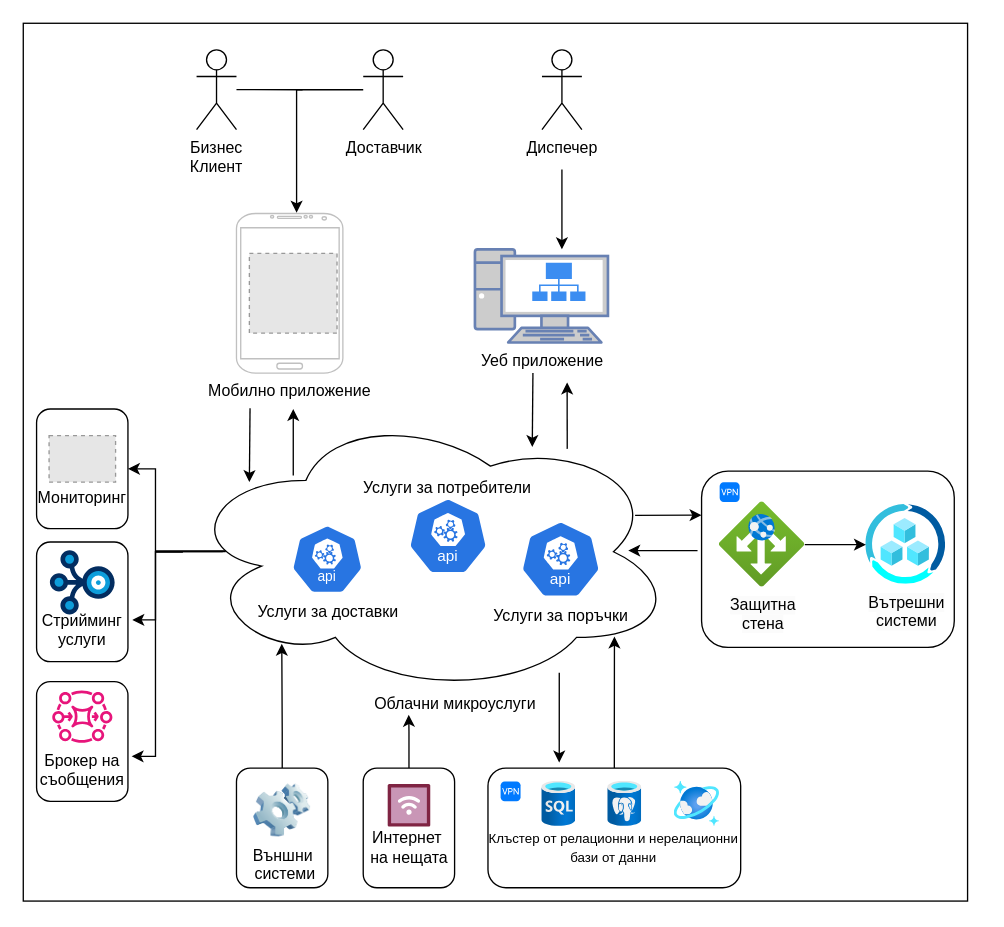
profjordanov/phd keeps this draw.io diagram as Chapter1/conceptDiagram2_EN.drawio. Above is the earlier version. Source tidied: cells renumbered, new cells numbered last; positions are measured from the earlier drawing's top-left corner, leaving out a move shared by most shapes. Both pictures are drawn from the tidied source at 133%, with x=0, y=0 at pixel (23, 23). Pictures stored in the file or linked from it are replaced by grey dashed boxes.
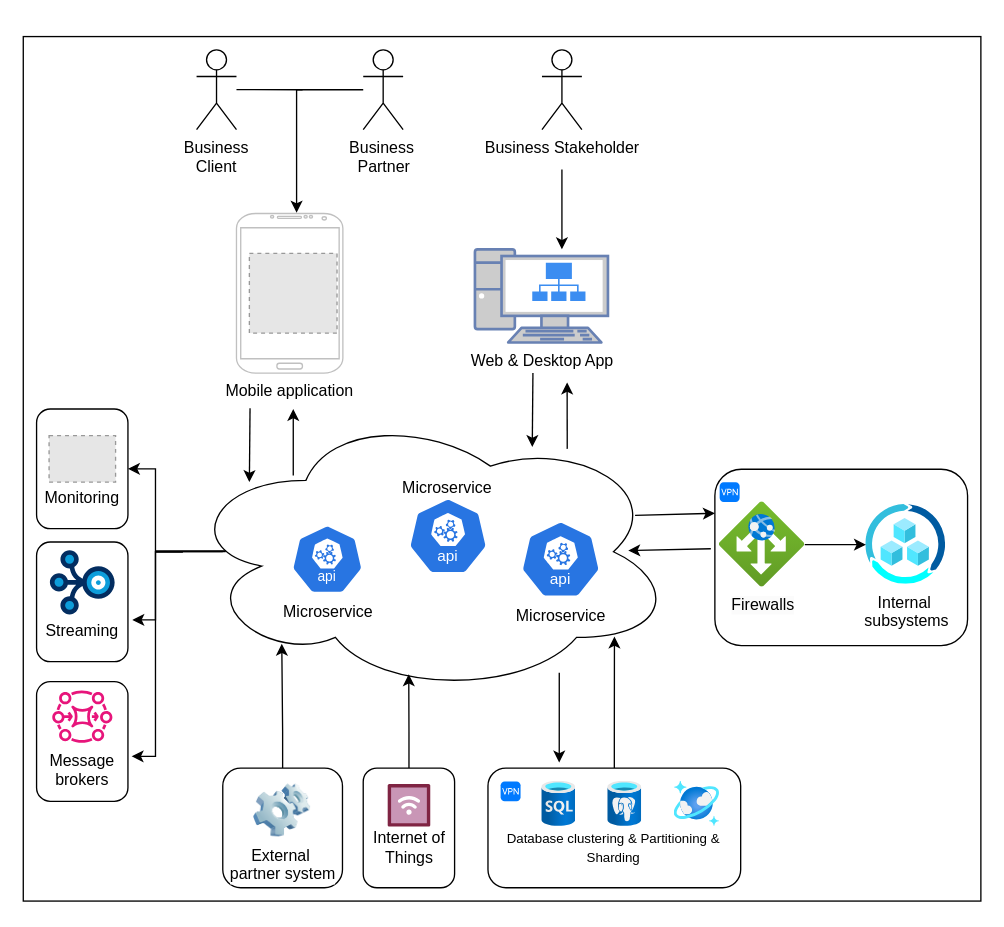
Above is the later version.

Unchanged cells that the change refers to:
```xml
<mxCell id="14" value="&lt;div&gt;&lt;br&gt;&lt;/div&gt;&lt;div&gt;&lt;br&gt;&lt;/div&gt;&lt;div&gt;&lt;br&gt;&lt;/div&gt;&lt;div&gt;&lt;br&gt;&lt;/div&gt;&lt;div&gt;&lt;br&gt;&lt;/div&gt;&lt;div&gt;&lt;br&gt;&lt;/div&gt;&lt;div&gt;&lt;br&gt;&lt;/div&gt;&lt;div&gt;&lt;br&gt;&lt;/div&gt;" style="rounded=1;whiteSpace=wrap;html=1;fillColor=none;" parent="1" vertex="1">
  <mxGeometry x="255.6" y="560" width="68.7" height="90" as="geometry" />
</mxCell>
```

What changed in the source:
```diff
@@
     <mxCell id="2" style="rounded=0;whiteSpace=wrap;html=1;" parent="1" vertex="1">
-      <mxGeometry width="710" height="660" as="geometry" />
+      <mxGeometry y="10" width="720" height="650" as="geometry" />
     </mxCell>
-    <mxCell id="3" value="&lt;span style=&quot;color: rgb(0, 0, 0); font-family: Helvetica; font-size: 12px; font-style: normal; font-variant-ligatures: normal; font-variant-caps: normal; font-weight: 400; letter-spacing: normal; orphans: 2; text-align: center; text-indent: 0px; text-transform: none; widows: 2; word-spacing: 0px; -webkit-text-stroke-width: 0px; white-space: normal; background-color: rgb(251, 251, 251); text-decoration-thickness: initial; text-decoration-style: initial; text-decoration-color: initial; display: inline !important; float: none;&quot;&gt;Вътрешни системи&lt;/span&gt;&lt;div&gt;&lt;br/&gt;&lt;/div&gt;" style="image;html=1;points=[];align=center;fontSize=12;image=img/lib/azure2/other/Azure_Center_for_SAP.svg;" parent="1" vertex="1">
+    <mxCell id="3" value="&lt;div&gt;&lt;span style=&quot;text-wrap-mode: wrap;&quot;&gt;Internal&amp;nbsp;&lt;/span&gt;&lt;/div&gt;&lt;div&gt;&lt;span style=&quot;text-wrap-mode: wrap;&quot;&gt;subsystems&lt;/span&gt;&lt;/div&gt;" style="image;html=1;points=[];align=center;fontSize=12;image=img/lib/azure2/other/Azure_Center_for_SAP.svg;" parent="1" vertex="1">
       <mxGeometry x="633.6" y="362" width="60" height="60" as="geometry" />
     </mxCell>
@@
-    <mxCell id="5" value="&lt;span style=&quot;text-wrap: wrap; background-color: rgb(251, 251, 251);&quot;&gt;Защитна стена&lt;/span&gt;" style="image;html=1;points=[];align=center;fontSize=12;image=img/lib/azure2/networking/Application_Gateways.svg;" parent="1" vertex="1">
+    <mxCell id="5" value="&lt;span style=&quot;text-wrap: wrap; background-color: rgb(251, 251, 251);&quot;&gt;Firewalls&lt;/span&gt;" style="image;html=1;points=[];align=center;fontSize=12;image=img/lib/azure2/networking/Application_Gateways.svg;" parent="1" vertex="1">
       <mxGeometry x="523.6" y="360" width="64" height="64" as="geometry" />
     </mxCell>
     <mxCell id="6" value="&lt;div&gt;&lt;br&gt;&lt;/div&gt;&lt;div&gt;&lt;br&gt;&lt;/div&gt;&lt;div&gt;&lt;br&gt;&lt;/div&gt;&lt;div&gt;&lt;br&gt;&lt;/div&gt;&lt;div&gt;&lt;br&gt;&lt;/div&gt;&lt;div&gt;&lt;br&gt;&lt;/div&gt;&lt;div&gt;&lt;br&gt;&lt;/div&gt;&lt;div&gt;&lt;br&gt;&lt;/div&gt;" style="rounded=1;whiteSpace=wrap;html=1;fillColor=none;" parent="1" vertex="1">
-      <mxGeometry x="510" y="336.7" width="190" height="132.6" as="geometry" />
+      <mxGeometry x="520" y="335.3" width="190" height="132.6" as="geometry" />
     </mxCell>
@@
     <mxCell id="8" value="&lt;div&gt;&lt;br&gt;&lt;/div&gt;&lt;div&gt;&lt;br&gt;&lt;/div&gt;&lt;div&gt;&lt;br&gt;&lt;/div&gt;&lt;div&gt;&lt;br&gt;&lt;/div&gt;&lt;div&gt;&lt;br&gt;&lt;/div&gt;&lt;div&gt;&lt;br&gt;&lt;/div&gt;&lt;div&gt;&lt;br&gt;&lt;/div&gt;&lt;div&gt;&lt;br&gt;&lt;/div&gt;" style="rounded=1;whiteSpace=wrap;html=1;fillColor=none;" parent="1" vertex="1">
-      <mxGeometry x="160.3" y="560" width="68.7" height="90" as="geometry" />
+      <mxGeometry x="150" y="560" width="90" height="90" as="geometry" />
     </mxCell>
-    <mxCell id="9" value="&lt;div style=&quot;&quot;&gt;&lt;span style=&quot;background-color: initial;&quot;&gt;&lt;font style=&quot;font-size: 10px;&quot;&gt;&lt;br&gt;&lt;/font&gt;&lt;/span&gt;&lt;/div&gt;&lt;div style=&quot;&quot;&gt;&lt;span style=&quot;background-color: initial;&quot;&gt;&lt;font style=&quot;font-size: 10px;&quot;&gt;&lt;br&gt;&lt;/font&gt;&lt;/span&gt;&lt;/div&gt;&lt;div style=&quot;&quot;&gt;&lt;span style=&quot;background-color: initial;&quot;&gt;&lt;font style=&quot;font-size: 10px;&quot;&gt;Клъстер от релационни и нерелационни бази от данни&lt;/font&gt;&lt;/span&gt;&lt;br&gt;&lt;/div&gt;" style="rounded=1;whiteSpace=wrap;html=1;fillColor=none;" parent="1" vertex="1">
+    <mxCell id="9" value="&lt;div style=&quot;&quot;&gt;&lt;span style=&quot;background-color: initial;&quot;&gt;&lt;font style=&quot;font-size: 10px;&quot;&gt;&lt;br&gt;&lt;/font&gt;&lt;/span&gt;&lt;/div&gt;&lt;div style=&quot;&quot;&gt;&lt;span style=&quot;background-color: initial;&quot;&gt;&lt;font style=&quot;font-size: 10px;&quot;&gt;&lt;br&gt;&lt;/font&gt;&lt;/span&gt;&lt;/div&gt;&lt;div style=&quot;&quot;&gt;&lt;span style=&quot;background-color: transparent; font-size: 10px;&quot;&gt;Database clustering &amp;amp;&amp;nbsp;&lt;/span&gt;&lt;span style=&quot;background-color: transparent; font-size: 10px;&quot;&gt;Partitioning &amp;amp; Sharding&lt;/span&gt;&lt;br&gt;&lt;/div&gt;" style="rounded=1;whiteSpace=wrap;html=1;fillColor=none;" parent="1" vertex="1">
       <mxGeometry x="349.4" y="560" width="190" height="90" as="geometry" />
     </mxCell>
@@
-    <mxCell id="13" value="&lt;font style=&quot;font-size: 12px;&quot;&gt;Интернет&amp;nbsp;&lt;/font&gt;&lt;div style=&quot;&quot;&gt;&lt;font style=&quot;font-size: 12px;&quot;&gt;на нещата&lt;/font&gt;&lt;/div&gt;" style="verticalLabelPosition=bottom;html=1;shape=mxgraph.salesforce.iot;" parent="1" vertex="1">
+    <mxCell id="13" value="Internet of&lt;div&gt;Things&lt;/div&gt;" style="verticalLabelPosition=bottom;html=1;shape=mxgraph.salesforce.iot;" parent="1" vertex="1">
       <mxGeometry x="274" y="572" width="32" height="32" as="geometry" />
     </mxCell>
@@
-    <mxCell id="16" value="&lt;div&gt;&lt;br&gt;&lt;/div&gt;&lt;div&gt;&lt;br&gt;&lt;/div&gt;&lt;div&gt;&lt;br&gt;&lt;/div&gt;&lt;div&gt;Брокер на съобщения&lt;br&gt;&lt;/div&gt;" style="rounded=1;whiteSpace=wrap;html=1;fillColor=none;" parent="1" vertex="1">
+    <mxCell id="16" value="&lt;div&gt;&lt;br&gt;&lt;/div&gt;&lt;div&gt;&lt;br&gt;&lt;/div&gt;&lt;div&gt;&lt;br&gt;&lt;/div&gt;&lt;div&gt;Message brokers&lt;br&gt;&lt;/div&gt;" style="rounded=1;whiteSpace=wrap;html=1;fillColor=none;" parent="1" vertex="1">
       <mxGeometry x="10" y="495" width="68.7" height="90" as="geometry" />
     </mxCell>
@@
-    <mxCell id="18" value="&lt;div&gt;&lt;br&gt;&lt;/div&gt;&lt;div&gt;&lt;br&gt;&lt;/div&gt;&lt;div&gt;&lt;br&gt;&lt;/div&gt;&lt;div&gt;Стрийминг услуги&lt;br&gt;&lt;/div&gt;" style="rounded=1;whiteSpace=wrap;html=1;fillColor=none;" parent="1" vertex="1">
+    <mxCell id="18" value="&lt;div&gt;&lt;br&gt;&lt;/div&gt;&lt;div&gt;&lt;br&gt;&lt;/div&gt;&lt;div&gt;&lt;br&gt;&lt;/div&gt;&lt;div&gt;Streaming&lt;br&gt;&lt;/div&gt;" style="rounded=1;whiteSpace=wrap;html=1;fillColor=none;" parent="1" vertex="1">
       <mxGeometry x="10" y="390" width="68.7" height="90" as="geometry" />
     </mxCell>
@@
-    <mxCell id="20" value="&lt;div&gt;&lt;br&gt;&lt;/div&gt;&lt;div&gt;&lt;br&gt;&lt;/div&gt;&lt;div&gt;&lt;br&gt;&lt;/div&gt;&lt;div&gt;Мониторинг&lt;br&gt;&lt;/div&gt;" style="rounded=1;whiteSpace=wrap;html=1;fillColor=none;" parent="1" vertex="1">
+    <mxCell id="20" value="&lt;div&gt;&lt;br&gt;&lt;/div&gt;&lt;div&gt;&lt;br&gt;&lt;/div&gt;&lt;div&gt;&lt;br&gt;&lt;/div&gt;&lt;div&gt;Monitoring&lt;br&gt;&lt;/div&gt;" style="rounded=1;whiteSpace=wrap;html=1;fillColor=none;" parent="1" vertex="1">
       <mxGeometry x="10" y="290" width="68.7" height="90" as="geometry" />
     </mxCell>
@@
-    <mxCell id="23" value="Диспечер" style="shape=umlActor;verticalLabelPosition=bottom;verticalAlign=top;html=1;" parent="1" vertex="1">
+    <mxCell id="23" value="Business Stakeholder" style="shape=umlActor;verticalLabelPosition=bottom;verticalAlign=top;html=1;" parent="1" vertex="1">
       <mxGeometry x="390" y="20" width="30" height="60" as="geometry" />
     </mxCell>
-    <mxCell id="24" value="Доставчик" style="shape=umlActor;verticalLabelPosition=bottom;verticalAlign=top;html=1;outlineConnect=0;" parent="1" vertex="1">
+    <mxCell id="24" value="Business&amp;nbsp;&lt;div&gt;Partner&lt;/div&gt;" style="shape=umlActor;verticalLabelPosition=bottom;verticalAlign=top;html=1;outlineConnect=0;" parent="1" vertex="1">
       <mxGeometry x="255.6" y="20" width="30" height="60" as="geometry" />
     </mxCell>
-    <mxCell id="25" value="Бизнес &lt;br&gt;Клиент" style="shape=umlActor;verticalLabelPosition=bottom;verticalAlign=top;html=1;" parent="1" vertex="1">
+    <mxCell id="25" value="&lt;div&gt;Business&lt;/div&gt;&lt;div&gt;Client&lt;/div&gt;" style="shape=umlActor;verticalLabelPosition=bottom;verticalAlign=top;html=1;" parent="1" vertex="1">
       <mxGeometry x="130.3" y="20" width="30" height="60" as="geometry" />
     </mxCell>
-    <mxCell id="26" value="&lt;font style=&quot;color: rgb(0, 0, 0);&quot;&gt;Уеб приложение&lt;/font&gt;" style="fontColor=#0066CC;verticalAlign=top;verticalLabelPosition=bottom;labelPosition=center;align=center;html=1;outlineConnect=0;fillColor=#CCCCCC;strokeColor=#6881B3;gradientColor=none;gradientDirection=north;strokeWidth=2;shape=mxgraph.networks.pc;" parent="1" vertex="1">
+    <mxCell id="26" value="&lt;font style=&quot;color: rgb(0, 0, 0);&quot;&gt;Web &amp;amp; Desktop App&lt;/font&gt;" style="fontColor=#0066CC;verticalAlign=top;verticalLabelPosition=bottom;labelPosition=center;align=center;html=1;outlineConnect=0;fillColor=#CCCCCC;strokeColor=#6881B3;gradientColor=none;gradientDirection=north;strokeWidth=2;shape=mxgraph.networks.pc;" parent="1" vertex="1">
       <mxGeometry x="339.6" y="170" width="100" height="70" as="geometry" />
     </mxCell>
-    <mxCell id="27" value="Мобилно приложение" style="verticalLabelPosition=bottom;verticalAlign=top;html=1;shadow=0;dashed=0;strokeWidth=1;shape=mxgraph.android.phone2;strokeColor=#c0c0c0;" parent="1" vertex="1">
+    <mxCell id="27" value="Mobile application" style="verticalLabelPosition=bottom;verticalAlign=top;html=1;shadow=0;dashed=0;strokeWidth=1;shape=mxgraph.android.phone2;strokeColor=#c0c0c0;" parent="1" vertex="1">
       <mxGeometry x="160.3" y="143" width="80" height="120" as="geometry" />
     </mxCell>
@@
-    <mxCell id="31" value="&lt;br&gt;&lt;div&gt;&lt;div&gt;&lt;br&gt;&lt;/div&gt;&lt;div&gt;&lt;br&gt;&lt;/div&gt;&lt;div&gt;&lt;br&gt;&lt;/div&gt;&lt;div&gt;&lt;br&gt;&lt;/div&gt;&lt;div&gt;&lt;br&gt;&lt;/div&gt;&lt;div&gt;&lt;br&gt;&lt;/div&gt;&lt;div&gt;&lt;br&gt;&lt;/div&gt;&lt;div&gt;&lt;br&gt;&lt;/div&gt;&lt;div&gt;&lt;br&gt;&lt;/div&gt;&lt;div&gt;&lt;br&gt;&lt;/div&gt;&lt;div&gt;&lt;br&gt;&lt;/div&gt;&lt;div&gt;&lt;br&gt;&lt;/div&gt;&lt;div&gt;&lt;br&gt;&lt;/div&gt;&lt;div&gt;&lt;br&gt;&lt;/div&gt;&lt;div&gt;&amp;nbsp; &amp;nbsp; &amp;nbsp; &amp;nbsp;&amp;nbsp;&lt;/div&gt;&lt;div&gt;&amp;nbsp; &amp;nbsp; &amp;nbsp; &amp;nbsp; &amp;nbsp; &amp;nbsp; Облачни микроуслуги&lt;/div&gt;&lt;/div&gt;" style="ellipse;shape=cloud;whiteSpace=wrap;html=1;align=center;" parent="1" vertex="1">
+    <mxCell id="31" style="ellipse;shape=cloud;whiteSpace=wrap;html=1;align=center;" parent="1" vertex="1">
       <mxGeometry x="120" y="290" width="370" height="214.7" as="geometry" />
     </mxCell>
-    <mxCell id="32" value="Услуги за доставки" style="sketch=0;html=1;dashed=0;whitespace=wrap;verticalLabelPosition=bottom;verticalAlign=top;fillColor=#2875E2;strokeColor=#ffffff;shape=mxgraph.kubernetes.icon2;kubernetesLabel=1;prIcon=api;" parent="1" vertex="1">
+    <mxCell id="32" value="Microservice" style="sketch=0;html=1;dashed=0;whitespace=wrap;verticalLabelPosition=bottom;verticalAlign=top;fillColor=#2875E2;strokeColor=#ffffff;shape=mxgraph.kubernetes.icon2;kubernetesLabel=1;prIcon=api;" parent="1" vertex="1">
       <mxGeometry x="201.5" y="377" width="54.2" height="52" as="geometry" />
     </mxCell>
-    <mxCell id="33" value="Услуги за поръчки" style="sketch=0;html=1;dashed=0;whitespace=wrap;verticalLabelPosition=bottom;verticalAlign=top;fillColor=#2875E2;strokeColor=#ffffff;shape=mxgraph.kubernetes.icon2;kubernetesLabel=1;prIcon=api;" parent="1" vertex="1">
+    <mxCell id="33" value="Microservice" style="sketch=0;html=1;dashed=0;whitespace=wrap;verticalLabelPosition=bottom;verticalAlign=top;fillColor=#2875E2;strokeColor=#ffffff;shape=mxgraph.kubernetes.icon2;kubernetesLabel=1;prIcon=api;" parent="1" vertex="1">
       <mxGeometry x="373.9" y="374" width="60.4" height="58" as="geometry" />
     </mxCell>
@@
-    <mxCell id="35" value="Външни&lt;div&gt;&amp;nbsp;системи&lt;/div&gt;" style="image;html=1;image=img/lib/clip_art/computers/Software_128x128.png;" parent="1" vertex="1">
+    <mxCell id="35" value="External&amp;nbsp;&lt;div&gt;partner system&lt;/div&gt;" style="image;html=1;image=img/lib/clip_art/computers/Software_128x128.png;" parent="1" vertex="1">
       <mxGeometry x="170" y="572" width="49.4" height="40" as="geometry" />
     </mxCell>
-    <mxCell id="36" value="&lt;span style=&quot;text-wrap-mode: nowrap;&quot;&gt;Услуги за потребители&lt;/span&gt;" style="text;html=1;align=center;verticalAlign=middle;whiteSpace=wrap;rounded=0;" parent="1" vertex="1">
+    <mxCell id="36" value="&lt;span style=&quot;text-wrap-mode: nowrap;&quot;&gt;Microservice&lt;/span&gt;" style="text;html=1;align=center;verticalAlign=middle;whiteSpace=wrap;rounded=0;" parent="1" vertex="1">
       <mxGeometry x="289.4" y="335.3" width="60" height="30" as="geometry" />
     </mxCell>
@@
-    <mxCell id="38" style="edgeStyle=orthogonalEdgeStyle;rounded=0;jettySize=auto;html=1;entryX=0.459;entryY=1.071;entryDx=0;entryDy=0;entryPerimeter=0;" parent="1" edge="1" source="14" target="31">
+    <mxCell id="38" style="edgeStyle=orthogonalEdgeStyle;rounded=0;jettySize=auto;html=1;entryX=0.459;entryY=0.929;entryDx=0;entryDy=0;entryPerimeter=0;" parent="1" edge="1" source="14" target="31">
       <mxGeometry relative="1" as="geometry" />
     </mxCell>
```
